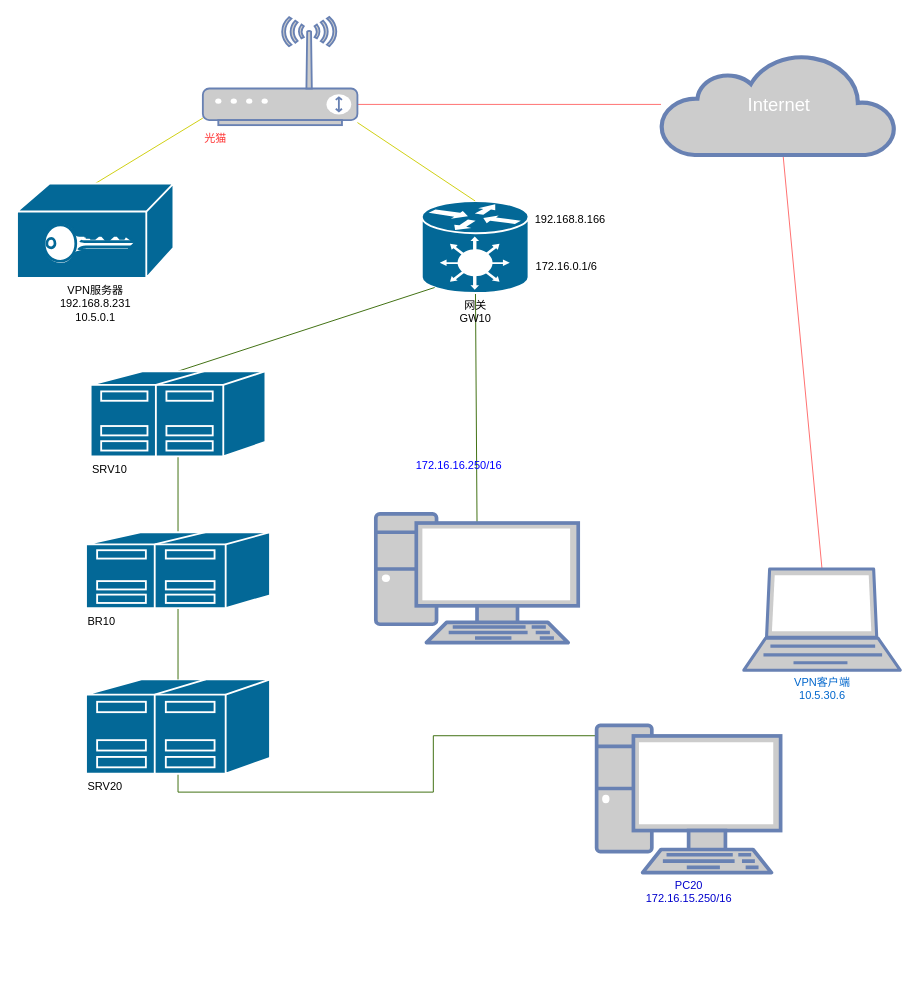
Earlier version of the draw.io diagram VPN访问串联内网实验2.drawio (LockeJet/dopamineplz.github.io). Source tidied: cells renumbered, new cells numbered last; positions are measured from the earlier drawing's top-left corner, leaving out a move shared by most shapes. Both pictures are drawn from the tidied source at 92%, with x=0, y=0 at pixel (17, 17).
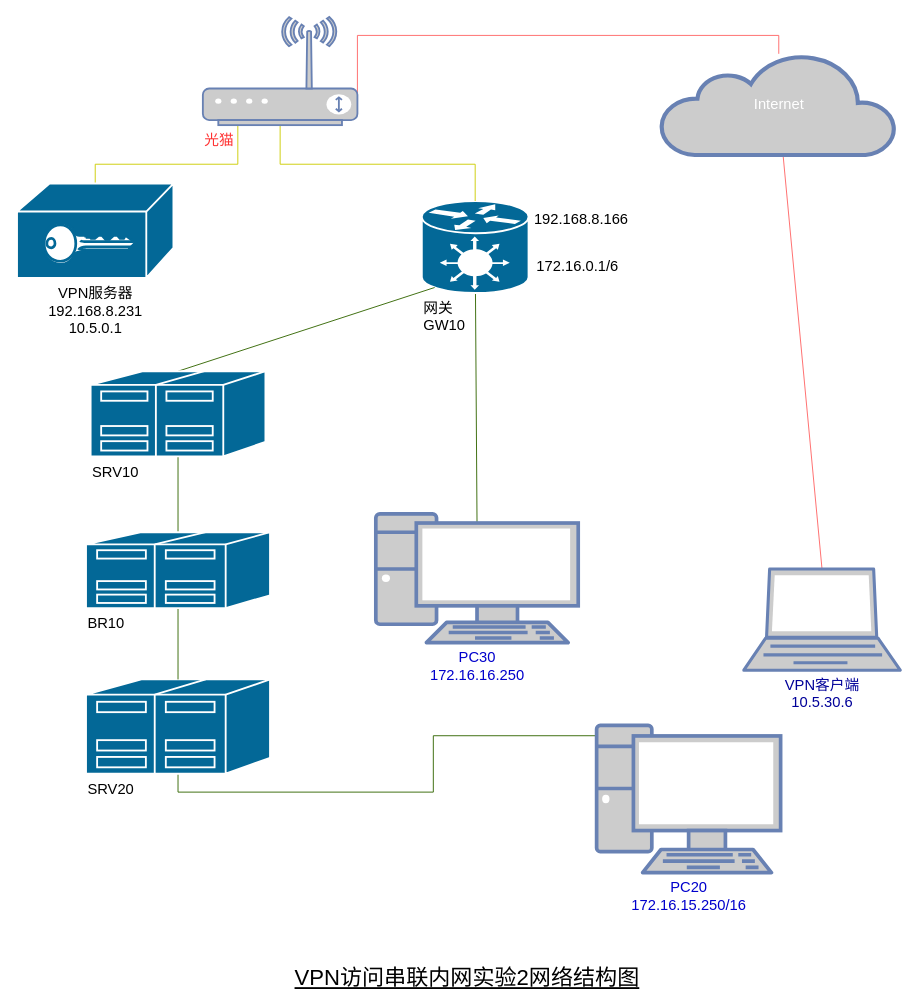
The same diagram, later.

Commit message:
Update VPN访问串联内网实验2.drawio

The edit, as a diff of the source:
```diff
@@
-    <mxCell id="2" style="edgeStyle=none;rounded=0;sketch=0;jettySize=auto;html=1;exitX=0.5;exitY=0;exitDx=0;exitDy=0;exitPerimeter=0;shadow=0;startArrow=oval;startFill=1;startSize=0;endArrow=oval;endFill=1;endSize=0;fontFamily=Helvetica;fontSize=12;strokeColor=#FF6666;" parent="1" edge="1" source="3" target="6">
+    <mxCell id="2" style="edgeStyle=none;rounded=0;sketch=0;jettySize=auto;html=1;exitX=0.5;exitY=0;exitDx=0;exitDy=0;exitPerimeter=0;shadow=0;startArrow=oval;startFill=1;startSize=0;endArrow=oval;endFill=1;endSize=0;fontFamily=Helvetica;fontSize=16;strokeColor=#FF6666;" parent="1" edge="1" source="3" target="6">
       <mxGeometry relative="1" as="geometry" />
     </mxCell>
-    <mxCell id="3" value="&lt;div&gt;VPN客户端&lt;/div&gt;&lt;div&gt;10.5.30.6&lt;br&gt;&lt;/div&gt;" style="fontColor=#0066CC;verticalAlign=top;verticalLabelPosition=bottom;labelPosition=center;align=center;html=1;outlineConnect=0;fillColor=#CCCCCC;strokeColor=#6881B3;gradientColor=none;gradientDirection=north;strokeWidth=2;shape=mxgraph.networks.laptop;" parent="1" vertex="1">
+    <mxCell id="3" value="&lt;div style=&quot;font-size: 16px;&quot;&gt;&lt;font style=&quot;font-size: 16px;&quot; color=&quot;#000099&quot;&gt;VPN客户端&lt;/font&gt;&lt;/div&gt;&lt;div style=&quot;font-size: 16px;&quot;&gt;&lt;font style=&quot;font-size: 16px;&quot; color=&quot;#000099&quot;&gt;10.5.30.6&lt;br style=&quot;font-size: 16px;&quot;&gt;&lt;/font&gt;&lt;/div&gt;" style="fontColor=#0066CC;verticalAlign=top;verticalLabelPosition=bottom;labelPosition=center;align=center;html=1;outlineConnect=0;fillColor=#CCCCCC;strokeColor=#6881B3;gradientColor=none;gradientDirection=north;strokeWidth=2;shape=mxgraph.networks.laptop;fontSize=16;" parent="1" vertex="1">
       <mxGeometry x="790" y="600" width="170" height="110" as="geometry" />
     </mxCell>
-    <mxCell id="4" style="jettySize=auto;html=1;exitX=0.5;exitY=0.07;exitDx=0;exitDy=0;exitPerimeter=0;endArrow=oval;endFill=1;shadow=0;sketch=0;rounded=0;endSize=0;startSize=0;startArrow=oval;startFill=1;strokeColor=#336600;" parent="1" edge="1" source="5" target="7">
+    <mxCell id="4" style="jettySize=auto;html=1;exitX=0.5;exitY=0.07;exitDx=0;exitDy=0;exitPerimeter=0;endArrow=oval;endFill=1;shadow=0;sketch=0;rounded=0;endSize=0;startSize=0;startArrow=oval;startFill=1;strokeColor=#336600;fontSize=16;" parent="1" edge="1" source="5" target="7">
       <mxGeometry relative="1" as="geometry" />
     </mxCell>
-    <mxCell id="5" style="fontColor=#0066CC;verticalAlign=top;verticalLabelPosition=bottom;labelPosition=center;align=center;html=1;outlineConnect=0;fillColor=#CCCCCC;strokeColor=#6881B3;gradientColor=none;gradientDirection=north;strokeWidth=2;shape=mxgraph.networks.pc;" parent="1" vertex="1">
+    <mxCell id="5" value="&lt;div style=&quot;font-size: 16px;&quot;&gt;&lt;font style=&quot;font-size: 16px;&quot; color=&quot;#0000CC&quot;&gt;PC30&lt;br style=&quot;font-size: 16px;&quot;&gt;&lt;/font&gt;&lt;/div&gt;&lt;div style=&quot;font-size: 16px;&quot;&gt;&lt;font style=&quot;font-size: 16px;&quot; color=&quot;#0000CC&quot;&gt;172.16.16.250&lt;/font&gt;&lt;/div&gt;" style="fontColor=#0066CC;verticalAlign=top;verticalLabelPosition=bottom;labelPosition=center;align=center;html=1;outlineConnect=0;fillColor=#CCCCCC;strokeColor=#6881B3;gradientColor=none;gradientDirection=north;strokeWidth=2;shape=mxgraph.networks.pc;fontSize=16;" parent="1" vertex="1">
       <mxGeometry x="390" y="540" width="220" height="140" as="geometry" />
     </mxCell>
-    <mxCell id="6" value="&lt;font style=&quot;font-size: 20px&quot;&gt;Internet&lt;/font&gt;" style="html=1;outlineConnect=0;fillColor=#CCCCCC;strokeColor=#6881B3;gradientColor=none;gradientDirection=north;strokeWidth=2;shape=mxgraph.networks.cloud;fontColor=#ffffff;" parent="1" vertex="1">
+    <mxCell id="6" value="&lt;font style=&quot;font-size: 16px;&quot;&gt;Internet&lt;/font&gt;" style="html=1;outlineConnect=0;fillColor=#CCCCCC;strokeColor=#6881B3;gradientColor=none;gradientDirection=north;strokeWidth=2;shape=mxgraph.networks.cloud;fontColor=#ffffff;fontSize=16;" parent="1" vertex="1">
       <mxGeometry x="700" y="40" width="255" height="110" as="geometry" />
     </mxCell>
-    <mxCell id="7" value="&lt;div&gt;网关&lt;/div&gt;&lt;div&gt;GW10&lt;br&gt;&lt;/div&gt;" style="shape=mxgraph.cisco.hubs_and_gateways.generic_gateway;html=1;dashed=0;fillColor=#036897;strokeColor=#ffffff;strokeWidth=2;verticalLabelPosition=bottom;verticalAlign=top;align=center;outlineConnect=0;" parent="1" vertex="1">
+    <mxCell id="7" value="&lt;div style=&quot;font-size: 16px;&quot; align=&quot;left&quot;&gt;网关&lt;/div&gt;&lt;div style=&quot;font-size: 16px;&quot; align=&quot;left&quot;&gt;GW10&lt;br style=&quot;font-size: 16px;&quot;&gt;&lt;/div&gt;" style="shape=mxgraph.cisco.hubs_and_gateways.generic_gateway;html=1;dashed=0;fillColor=#036897;strokeColor=#ffffff;strokeWidth=2;verticalLabelPosition=bottom;verticalAlign=top;align=left;outlineConnect=0;fontSize=16;" parent="1" vertex="1">
       <mxGeometry x="440" y="200" width="116" height="100" as="geometry" />
     </mxCell>
-    <mxCell id="8" style="edgeStyle=none;rounded=0;sketch=0;jettySize=auto;html=1;exitX=0.5;exitY=0;exitDx=0;exitDy=0;exitPerimeter=0;shadow=0;startArrow=oval;startFill=1;startSize=0;endArrow=oval;endFill=1;endSize=0;fontFamily=Helvetica;strokeColor=#CCCC00;" parent="1" edge="1" source="9" target="24">
-      <mxGeometry relative="1" as="geometry" />
+    <mxCell id="8" style="edgeStyle=orthogonalEdgeStyle;rounded=0;sketch=0;jettySize=auto;html=1;exitX=0.5;exitY=0;exitDx=0;exitDy=0;exitPerimeter=0;shadow=0;startArrow=oval;startFill=1;startSize=0;endArrow=oval;endFill=1;endSize=0;fontFamily=Helvetica;strokeColor=#CCCC00;fontSize=16;" parent="1" edge="1" source="9" target="24">
+      <mxGeometry relative="1" as="geometry">
+        <Array as="points">
+          <mxPoint x="85" y="160" />
+          <mxPoint x="240" y="160" />
+        </Array>
+      </mxGeometry>
     </mxCell>
-    <mxCell id="9" value="&lt;div&gt;VPN服务器&lt;/div&gt;&lt;div&gt;192.168.8.231&lt;/div&gt;&lt;div&gt;10.5.0.1&lt;br&gt;&lt;/div&gt;" style="shape=mxgraph.cisco.hubs_and_gateways.vpn_gateway;html=1;dashed=0;fillColor=#036897;strokeColor=#ffffff;strokeWidth=2;verticalLabelPosition=bottom;verticalAlign=top;align=center;outlineConnect=0;" parent="1" vertex="1">
+    <mxCell id="9" value="&lt;div style=&quot;font-size: 16px;&quot;&gt;VPN服务器&lt;/div&gt;&lt;div style=&quot;font-size: 16px;&quot;&gt;192.168.8.231&lt;/div&gt;&lt;div style=&quot;font-size: 16px;&quot;&gt;10.5.0.1&lt;br style=&quot;font-size: 16px;&quot;&gt;&lt;/div&gt;" style="shape=mxgraph.cisco.hubs_and_gateways.vpn_gateway;html=1;dashed=0;fillColor=#036897;strokeColor=#ffffff;strokeWidth=2;verticalLabelPosition=bottom;verticalAlign=top;align=center;outlineConnect=0;fontSize=16;" parent="1" vertex="1">
       <mxGeometry y="181" width="170" height="102.5" as="geometry" />
     </mxCell>
-    <mxCell id="10" value="172.16.0.1/6" style="edgeLabel;html=1;align=center;verticalAlign=middle;fontSize=12;" parent="1" vertex="1">
-      <mxGeometry x="596" y="270" as="geometry" />
+    <mxCell id="10" value="172.16.0.1/6" style="edgeLabel;html=1;align=center;verticalAlign=middle;fontSize=16;" parent="1" vertex="1">
+      <mxGeometry x="608" y="270" as="geometry" />
     </mxCell>
-    <mxCell id="11" value="&lt;div&gt;192.168.8.166&lt;/div&gt;" style="text;html=1;align=center;verticalAlign=middle;fontFamily=Helvetica;" parent="1" vertex="1">
-      <mxGeometry x="556" y="210" width="90" height="20" as="geometry" />
+    <mxCell id="11" value="&lt;div style=&quot;font-size: 16px;&quot;&gt;192.168.8.166&lt;/div&gt;" style="text;html=1;align=center;verticalAlign=middle;fontFamily=Helvetica;fontSize=16;" parent="1" vertex="1">
+      <mxGeometry x="553" y="210" width="120" height="20" as="geometry" />
     </mxCell>
-    <mxCell id="12" style="edgeStyle=none;rounded=0;sketch=0;jettySize=auto;html=1;exitX=0.5;exitY=0;exitDx=0;exitDy=0;exitPerimeter=0;entryX=0.12;entryY=0.94;entryDx=0;entryDy=0;entryPerimeter=0;shadow=0;startArrow=oval;startFill=1;startSize=0;endArrow=oval;endFill=1;endSize=0;strokeColor=#336600;" parent="1" edge="1" source="16" target="7">
+    <mxCell id="12" style="edgeStyle=none;rounded=0;sketch=0;jettySize=auto;html=1;exitX=0.5;exitY=0;exitDx=0;exitDy=0;exitPerimeter=0;entryX=0.12;entryY=0.94;entryDx=0;entryDy=0;entryPerimeter=0;shadow=0;startArrow=oval;startFill=1;startSize=0;endArrow=oval;endFill=1;endSize=0;strokeColor=#336600;fontSize=16;" parent="1" edge="1" source="16" target="7">
       <mxGeometry relative="1" as="geometry" />
     </mxCell>
-    <mxCell id="13" style="edgeStyle=orthogonalEdgeStyle;rounded=0;sketch=0;jettySize=auto;html=1;exitX=0.5;exitY=1;exitDx=0;exitDy=0;exitPerimeter=0;entryX=0.5;entryY=0.07;entryDx=0;entryDy=0;entryPerimeter=0;shadow=0;startArrow=oval;startFill=1;startSize=0;endArrow=oval;endFill=1;endSize=0;strokeColor=#336600;" parent="1" edge="1" source="14" target="20">
+    <mxCell id="13" style="edgeStyle=orthogonalEdgeStyle;rounded=0;sketch=0;jettySize=auto;html=1;exitX=0.5;exitY=1;exitDx=0;exitDy=0;exitPerimeter=0;entryX=0.5;entryY=0.07;entryDx=0;entryDy=0;entryPerimeter=0;shadow=0;startArrow=oval;startFill=1;startSize=0;endArrow=oval;endFill=1;endSize=0;strokeColor=#336600;fontSize=16;" parent="1" edge="1" source="14" target="20">
       <mxGeometry relative="1" as="geometry" />
     </mxCell>
-    <mxCell id="14" value="&lt;div align=&quot;left&quot;&gt;SRV20&lt;/div&gt;" style="shape=mxgraph.cisco.servers.standard_host;html=1;dashed=0;fillColor=#036897;strokeColor=#ffffff;strokeWidth=2;verticalLabelPosition=bottom;verticalAlign=top;align=left;outlineConnect=0;" parent="1" vertex="1">
+    <mxCell id="14" value="&lt;div style=&quot;font-size: 16px;&quot; align=&quot;left&quot;&gt;SRV20&lt;/div&gt;" style="shape=mxgraph.cisco.servers.standard_host;html=1;dashed=0;fillColor=#036897;strokeColor=#ffffff;strokeWidth=2;verticalLabelPosition=bottom;verticalAlign=top;align=left;outlineConnect=0;fontSize=16;" parent="1" vertex="1">
       <mxGeometry x="75" y="720" width="200" height="102.5" as="geometry" />
     </mxCell>
-    <mxCell id="15" style="edgeStyle=none;rounded=0;sketch=0;jettySize=auto;html=1;exitX=0.5;exitY=1;exitDx=0;exitDy=0;exitPerimeter=0;entryX=0.5;entryY=0;entryDx=0;entryDy=0;entryPerimeter=0;shadow=0;startArrow=oval;startFill=1;startSize=0;endArrow=oval;endFill=1;endSize=0;strokeColor=#336600;" parent="1" edge="1" source="16" target="19">
+    <mxCell id="15" style="edgeStyle=none;rounded=0;sketch=0;jettySize=auto;html=1;exitX=0.5;exitY=1;exitDx=0;exitDy=0;exitPerimeter=0;entryX=0.5;entryY=0;entryDx=0;entryDy=0;entryPerimeter=0;shadow=0;startArrow=oval;startFill=1;startSize=0;endArrow=oval;endFill=1;endSize=0;strokeColor=#336600;fontSize=16;" parent="1" edge="1" source="16" target="19">
       <mxGeometry relative="1" as="geometry" />
     </mxCell>
-    <mxCell id="16" value="&lt;div align=&quot;left&quot;&gt;SRV10&lt;/div&gt;" style="shape=mxgraph.cisco.servers.standard_host;html=1;dashed=0;fillColor=#036897;strokeColor=#ffffff;strokeWidth=2;verticalLabelPosition=bottom;verticalAlign=top;align=left;outlineConnect=0;" parent="1" vertex="1">
+    <mxCell id="16" value="&lt;div style=&quot;font-size: 16px;&quot; align=&quot;left&quot;&gt;SRV10&lt;/div&gt;" style="shape=mxgraph.cisco.servers.standard_host;html=1;dashed=0;fillColor=#036897;strokeColor=#ffffff;strokeWidth=2;verticalLabelPosition=bottom;verticalAlign=top;align=left;outlineConnect=0;fontSize=16;" parent="1" vertex="1">
       <mxGeometry x="80" y="385" width="190" height="92.5" as="geometry" />
     </mxCell>
-    <mxCell id="17" style="edgeStyle=none;rounded=0;sketch=0;jettySize=auto;html=1;shadow=0;startArrow=oval;startFill=1;startSize=0;endArrow=oval;endFill=1;endSize=0;strokeColor=#000000;" parent="1" edge="1" source="19">
+    <mxCell id="17" style="edgeStyle=none;rounded=0;sketch=0;jettySize=auto;html=1;shadow=0;startArrow=oval;startFill=1;startSize=0;endArrow=oval;endFill=1;endSize=0;strokeColor=#000000;fontSize=16;" parent="1" edge="1" source="19">
       <mxGeometry relative="1" as="geometry">
         <mxPoint x="205" y="607.5" as="targetPoint" />
       </mxGeometry>
     </mxCell>
-    <mxCell id="18" style="edgeStyle=orthogonalEdgeStyle;rounded=0;sketch=0;jettySize=auto;html=1;exitX=0.5;exitY=1;exitDx=0;exitDy=0;exitPerimeter=0;entryX=0.5;entryY=0;entryDx=0;entryDy=0;entryPerimeter=0;shadow=0;startArrow=oval;startFill=1;startSize=0;endArrow=oval;endFill=1;endSize=0;fontFamily=Helvetica;fontSize=12;fontColor=#FF3333;strokeColor=#336600;" parent="1" edge="1" source="19" target="14">
+    <mxCell id="18" style="edgeStyle=orthogonalEdgeStyle;rounded=0;sketch=0;jettySize=auto;html=1;exitX=0.5;exitY=1;exitDx=0;exitDy=0;exitPerimeter=0;entryX=0.5;entryY=0;entryDx=0;entryDy=0;entryPerimeter=0;shadow=0;startArrow=oval;startFill=1;startSize=0;endArrow=oval;endFill=1;endSize=0;fontFamily=Helvetica;fontSize=16;fontColor=#FF3333;strokeColor=#336600;" parent="1" edge="1" source="19" target="14">
       <mxGeometry relative="1" as="geometry" />
     </mxCell>
-    <mxCell id="19" value="&lt;div align=&quot;left&quot;&gt;BR10&lt;/div&gt;" style="shape=mxgraph.cisco.servers.standard_host;html=1;dashed=0;fillColor=#036897;strokeColor=#ffffff;strokeWidth=2;verticalLabelPosition=bottom;verticalAlign=top;align=left;outlineConnect=0;" parent="1" vertex="1">
+    <mxCell id="19" value="&lt;div style=&quot;font-size: 16px;&quot; align=&quot;left&quot;&gt;BR10&lt;/div&gt;" style="shape=mxgraph.cisco.servers.standard_host;html=1;dashed=0;fillColor=#036897;strokeColor=#ffffff;strokeWidth=2;verticalLabelPosition=bottom;verticalAlign=top;align=left;outlineConnect=0;fontSize=16;" parent="1" vertex="1">
       <mxGeometry x="75" y="560" width="200" height="82.5" as="geometry" />
     </mxCell>
-    <mxCell id="20" value="&lt;div&gt;PC20&lt;/div&gt;&lt;div&gt;172.16.15.250/16&lt;br&gt;&lt;/div&gt;" style="verticalAlign=top;verticalLabelPosition=bottom;labelPosition=center;align=center;html=1;outlineConnect=0;fillColor=#CCCCCC;strokeColor=#6881B3;gradientColor=none;gradientDirection=north;strokeWidth=2;shape=mxgraph.networks.pc;fontColor=#0000CC;" parent="1" vertex="1">
+    <mxCell id="20" value="&lt;div style=&quot;font-size: 16px;&quot;&gt;PC20&lt;/div&gt;&lt;div style=&quot;font-size: 16px;&quot;&gt;172.16.15.250/16&lt;br style=&quot;font-size: 16px;&quot;&gt;&lt;/div&gt;" style="verticalAlign=top;verticalLabelPosition=bottom;labelPosition=center;align=center;html=1;outlineConnect=0;fillColor=#CCCCCC;strokeColor=#6881B3;gradientColor=none;gradientDirection=north;strokeWidth=2;shape=mxgraph.networks.pc;fontColor=#0000CC;fontSize=16;" parent="1" vertex="1">
       <mxGeometry x="630" y="770" width="200" height="160" as="geometry" />
     </mxCell>
-    <mxCell id="21" value="172.16.16.250/16" style="text;html=1;align=center;verticalAlign=middle;fontFamily=Helvetica;fontColor=#0000FF;" parent="1" vertex="1">
-      <mxGeometry x="425" y="477.5" width="110" height="20" as="geometry" />
-    </mxCell>
-    <mxCell id="22" style="edgeStyle=none;rounded=0;sketch=0;jettySize=auto;html=1;entryX=0.5;entryY=0;entryDx=0;entryDy=0;entryPerimeter=0;shadow=0;startArrow=oval;startFill=1;startSize=0;endArrow=oval;endFill=1;endSize=0;fontFamily=Helvetica;strokeColor=#CCCC00;" parent="1" edge="1" source="24" target="7">
-      <mxGeometry relative="1" as="geometry" />
+    <mxCell id="22" style="edgeStyle=orthogonalEdgeStyle;rounded=0;sketch=0;jettySize=auto;html=1;entryX=0.5;entryY=0;entryDx=0;entryDy=0;entryPerimeter=0;shadow=0;startArrow=oval;startFill=1;startSize=0;endArrow=oval;endFill=1;endSize=0;fontFamily=Helvetica;strokeColor=#CCCC00;fontSize=16;" parent="1" edge="1" source="24" target="7">
+      <mxGeometry relative="1" as="geometry">
+        <Array as="points">
+          <mxPoint x="286" y="160" />
+          <mxPoint x="498" y="160" />
+        </Array>
+      </mxGeometry>
     </mxCell>
-    <mxCell id="23" style="edgeStyle=orthogonalEdgeStyle;rounded=0;sketch=0;jettySize=auto;html=1;shadow=0;startArrow=oval;startFill=1;startSize=0;endArrow=oval;endFill=1;endSize=0;fontFamily=Helvetica;fontSize=12;strokeColor=#FF6666;" parent="1" edge="1" target="6">
+    <mxCell id="23" style="edgeStyle=orthogonalEdgeStyle;rounded=0;sketch=0;jettySize=auto;html=1;shadow=0;startArrow=oval;startFill=1;startSize=0;endArrow=oval;endFill=1;endSize=0;fontFamily=Helvetica;fontSize=16;strokeColor=#FF6666;" parent="1" edge="1" target="6">
       <mxGeometry relative="1" as="geometry">
         <mxPoint x="370" y="101" as="sourcePoint" />
         <Array as="points">
-          <mxPoint x="370" y="95" />
+          <mxPoint x="370" y="20" />
+          <mxPoint x="828" y="20" />
         </Array>
       </mxGeometry>
     </mxCell>
-    <mxCell id="24" value="&lt;div align=&quot;left&quot;&gt;&lt;font&gt;光猫&lt;br&gt;&lt;/font&gt;&lt;/div&gt;" style="verticalAlign=top;verticalLabelPosition=bottom;labelPosition=center;align=left;html=1;outlineConnect=0;fillColor=#CCCCCC;strokeColor=#6881B3;gradientColor=none;gradientDirection=north;strokeWidth=2;shape=mxgraph.networks.wireless_modem;fontColor=#FF3333;" parent="1" vertex="1">
+    <mxCell id="24" value="&lt;div style=&quot;font-size: 16px;&quot; align=&quot;left&quot;&gt;&lt;font style=&quot;font-size: 16px;&quot;&gt;光猫&lt;br style=&quot;font-size: 16px;&quot;&gt;&lt;/font&gt;&lt;/div&gt;" style="verticalAlign=top;verticalLabelPosition=bottom;labelPosition=center;align=left;html=1;outlineConnect=0;fillColor=#CCCCCC;strokeColor=#6881B3;gradientColor=none;gradientDirection=north;strokeWidth=2;shape=mxgraph.networks.wireless_modem;fontColor=#FF3333;fontSize=16;" parent="1" vertex="1">
       <mxGeometry x="202" width="168" height="117.5" as="geometry" />
     </mxCell>
+    <mxCell id="25" value="VPN访问串联内网实验2网络结构图" style="text;html=1;align=center;verticalAlign=middle;fontSize=24;fontStyle=4;" parent="1" vertex="1">
+      <mxGeometry x="294" y="1030" width="390" height="30" as="geometry" />
+    </mxCell>
```
